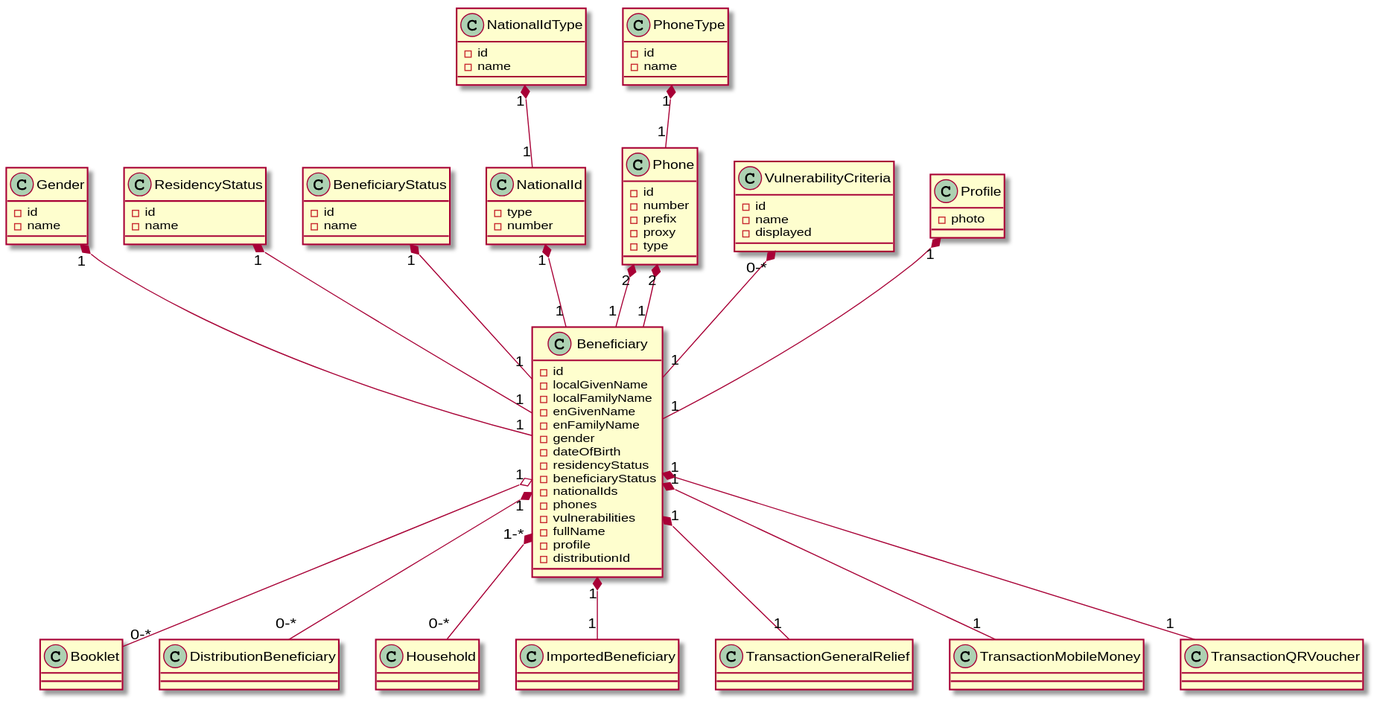
This is src/app/models/uml/beneficiary.svg from ReliefApplications/bms_front, a PlantUML export, as it was before one commit. The source it was exported from:
```plantuml
@startuml
class Beneficiary {
    - id
    - localGivenName
    - localFamilyName
    - enGivenName
    - enFamilyName
    - gender
    - dateOfBirth
    - residencyStatus
    - beneficiaryStatus
    - nationalIds
    - phones
    - vulnerabilities
    - fullName
    - profile
    - distributionId
}

class Gender {
    - id
    - name
}

class ResidencyStatus {
    - id
    - name
}

class BeneficiaryStatus {
    - id
    - name
}

class NationalId {
    - type
    - number
}

class NationalIdType {
    - id
    - name
}

class Phone {
    - id
    - number
    - prefix
    - proxy
    - type
}

class PhoneType {
    - id
    - name
}

class VulnerabilityCriteria {
    - id
    - name
    - displayed
}

class Profile {
    - photo
}


 Gender "1" *-- "1" Beneficiary
 ResidencyStatus "1" *-- "1" Beneficiary
 BeneficiaryStatus "1" *-- "1" Beneficiary
 NationalId "1" *-- "1" Beneficiary
 Phone "2" *-- "1" Beneficiary
 VulnerabilityCriteria "0-*" *-- "1" Beneficiary
 Profile "1" *-- "1" Beneficiary
 Phone "2" *-- "1" Beneficiary


 Beneficiary "1" o-- "0-*" Booklet

 Beneficiary "1" *-- "0-*" DistributionBeneficiary

 Beneficiary "1-*" *-- "0-*" Household

 Beneficiary "1" *-- "1" ImportedBeneficiary

 NationalIdType "1" *-- "1" NationalId

 PhoneType "1" *-- "1" Phone

 Beneficiary "1" *-- "1" TransactionGeneralRelief

 Beneficiary "1" *-- "1" TransactionMobileMoney

 Beneficiary "1" *-- "1" TransactionQRVoucher
@enduml
```
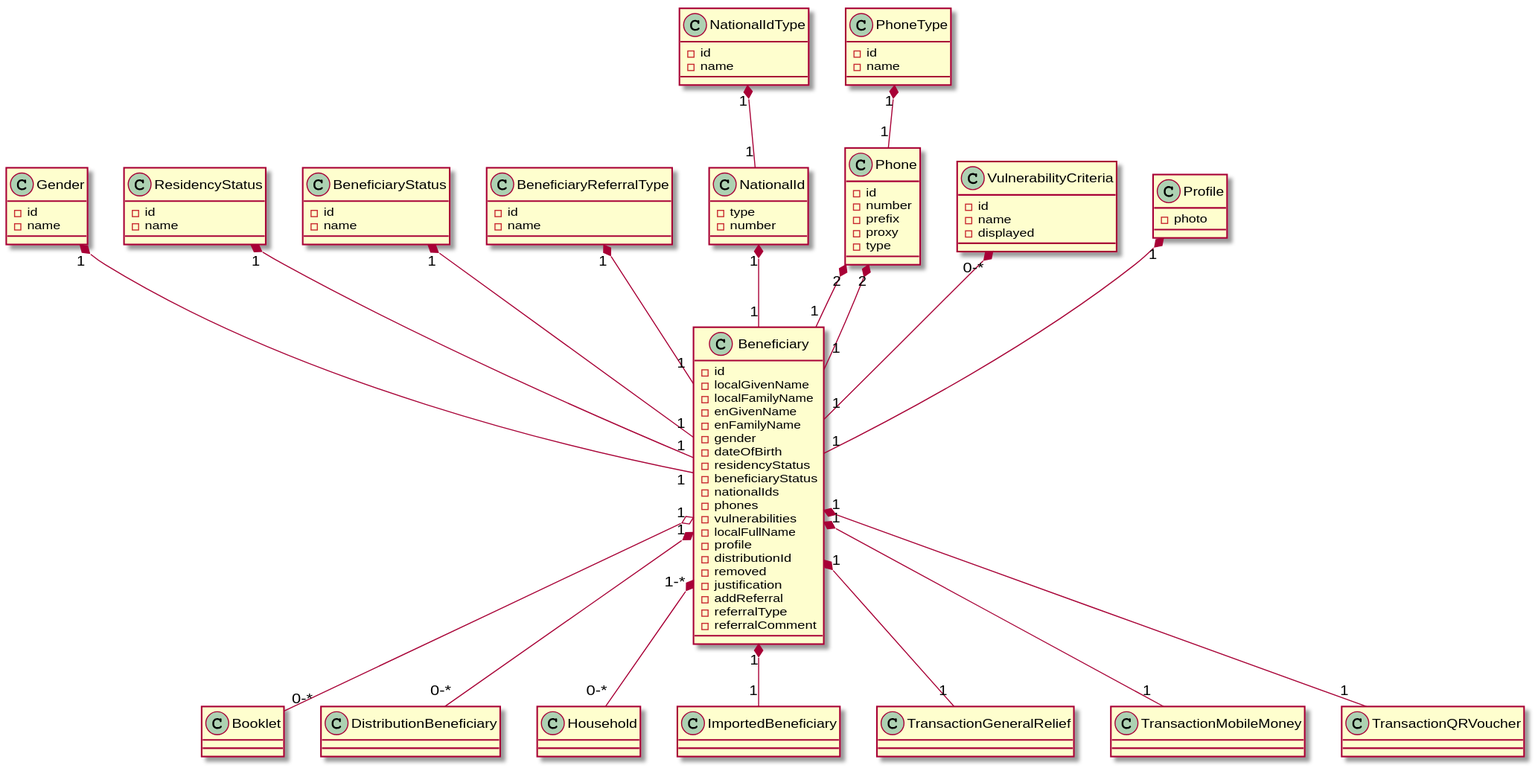
The same file after the commit.

The edit, as a diff of the source:
```diff
@@ -12,9 +12,14 @@
     - nationalIds
     - phones
     - vulnerabilities
-    - fullName
+    - localFullName
     - profile
     - distributionId
+    - removed
+    - justification
+    - addReferral
+    - referralType
+    - referralComment
 }
 
 class Gender {
@@ -28,6 +33,11 @@
 }
 
 class BeneficiaryStatus {
+    - id
+    - name
+}
+
+class BeneficiaryReferralType {
     - id
     - name
 }
@@ -69,6 +79,7 @@
  Gender "1" *-- "1" Beneficiary
  ResidencyStatus "1" *-- "1" Beneficiary
  BeneficiaryStatus "1" *-- "1" Beneficiary
+ BeneficiaryReferralType "1" *-- "1" Beneficiary
  NationalId "1" *-- "1" Beneficiary
  Phone "2" *-- "1" Beneficiary
  VulnerabilityCriteria "0-*" *-- "1" Beneficiary
```
